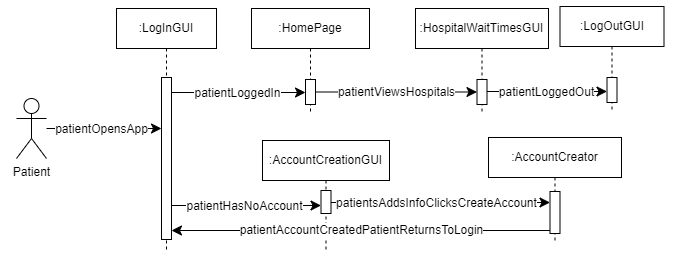
SENG-350-2024-fall/Team9 keeps this draw.io diagram as AmirWork/M2/P1_SequenceDiagram.drawio.png. Above is the earlier version. Source tidied: cells renumbered, new cells last; positions are measured from the earlier drawing's top-left corner, leaving out a move shared by most shapes. Source of this version:
```xml
<mxGraphModel background="#ffffff">
  <root>
    <mxCell id="0" />
    <mxCell id="1" parent="0" />
    <mxCell id="2" style="rounded=0;whiteSpace=wrap;html=1;strokeColor=none;" parent="1" vertex="1">
      <mxGeometry x="558" width="120" height="258" as="geometry" />
    </mxCell>
    <mxCell id="3" style="rounded=0;whiteSpace=wrap;html=1;strokeColor=none;" parent="1" vertex="1">
      <mxGeometry y="8" width="120" height="174" as="geometry" />
    </mxCell>
    <mxCell id="4" value=":LogInGUI" style="shape=umlLifeline;perimeter=lifelinePerimeter;whiteSpace=wrap;html=1;newEdgeStyle={&quot;edgeStyle&quot;:&quot;elbowEdgeStyle&quot;,&quot;elbow&quot;:&quot;vertical&quot;,&quot;curved&quot;:0,&quot;rounded&quot;:0};" parent="1" vertex="1">
      <mxGeometry x="116" y="8" width="100" height="243" as="geometry" />
    </mxCell>
    <mxCell id="5" style="html=1;points=[];perimeter=orthogonalPerimeter;outlineConnect=0;targetShapes=umlLifeline;portConstraint=eastwest;newEdgeStyle={&quot;edgeStyle&quot;:&quot;elbowEdgeStyle&quot;,&quot;elbow&quot;:&quot;vertical&quot;,&quot;curved&quot;:0,&quot;rounded&quot;:0};" parent="4" vertex="1">
      <mxGeometry x="45" y="69" width="10" height="162" as="geometry" />
    </mxCell>
    <mxCell id="6" value=":AccountCreationGUI" style="shape=umlLifeline;perimeter=lifelinePerimeter;whiteSpace=wrap;html=1;newEdgeStyle={&quot;edgeStyle&quot;:&quot;elbowEdgeStyle&quot;,&quot;elbow&quot;:&quot;vertical&quot;,&quot;curved&quot;:0,&quot;rounded&quot;:0};" parent="1" vertex="1">
      <mxGeometry x="262" y="140" width="127" height="111" as="geometry" />
    </mxCell>
    <mxCell id="7" style="html=1;points=[];perimeter=orthogonalPerimeter;outlineConnect=0;targetShapes=umlLifeline;portConstraint=eastwest;newEdgeStyle={&quot;edgeStyle&quot;:&quot;elbowEdgeStyle&quot;,&quot;elbow&quot;:&quot;vertical&quot;,&quot;curved&quot;:0,&quot;rounded&quot;:0};" parent="6" vertex="1">
      <mxGeometry x="58.5" y="50" width="10" height="23" as="geometry" />
    </mxCell>
    <mxCell id="8" style="edgeStyle=none;curved=1;rounded=0;jettySize=auto;html=1;fontSize=12;startSize=8;endSize=8;" parent="1" edge="1" source="10" target="5">
      <mxGeometry relative="1" as="geometry" />
    </mxCell>
    <mxCell id="9" value="patientOpensApp" style="edgeLabel;html=1;align=center;verticalAlign=middle;fontSize=12;" parent="8" vertex="1">
      <mxGeometry x="0.08" y="2" relative="1" as="geometry">
        <mxPoint x="-8" y="2" as="offset" />
      </mxGeometry>
    </mxCell>
    <mxCell id="10" value="Patient" style="shape=umlActor;verticalLabelPosition=bottom;verticalAlign=top;html=1;outlineConnect=0;" parent="1" vertex="1">
      <mxGeometry x="16" y="98" width="30" height="60" as="geometry" />
    </mxCell>
    <mxCell id="11" style="edgeStyle=elbowEdgeStyle;curved=0;rounded=0;jettySize=auto;html=1;elbow=vertical;fontSize=12;startSize=8;endSize=8;" parent="1" edge="1" source="5" target="7">
      <mxGeometry relative="1" as="geometry">
        <Array as="points">
          <mxPoint x="246" y="205" />
        </Array>
      </mxGeometry>
    </mxCell>
    <mxCell id="12" value="patientHasNoAccount" style="edgeLabel;html=1;align=center;verticalAlign=middle;fontSize=12;" parent="11" vertex="1">
      <mxGeometry x="0.12" y="1" relative="1" as="geometry">
        <mxPoint x="-12" y="1" as="offset" />
      </mxGeometry>
    </mxCell>
    <mxCell id="13" value=":AccountCreator" style="shape=umlLifeline;perimeter=lifelinePerimeter;whiteSpace=wrap;html=1;newEdgeStyle={&quot;edgeStyle&quot;:&quot;elbowEdgeStyle&quot;,&quot;elbow&quot;:&quot;vertical&quot;,&quot;curved&quot;:0,&quot;rounded&quot;:0};" parent="1" vertex="1">
      <mxGeometry x="488" y="137" width="133" height="106" as="geometry" />
    </mxCell>
    <mxCell id="14" style="html=1;points=[];perimeter=orthogonalPerimeter;outlineConnect=0;targetShapes=umlLifeline;portConstraint=eastwest;newEdgeStyle={&quot;edgeStyle&quot;:&quot;elbowEdgeStyle&quot;,&quot;elbow&quot;:&quot;vertical&quot;,&quot;curved&quot;:0,&quot;rounded&quot;:0};" parent="13" vertex="1">
      <mxGeometry x="61.5" y="54" width="10" height="42" as="geometry" />
    </mxCell>
    <mxCell id="15" style="edgeStyle=elbowEdgeStyle;curved=0;rounded=0;jettySize=auto;html=1;elbow=vertical;fontSize=12;startSize=8;endSize=8;" parent="1" edge="1" source="7" target="14">
      <mxGeometry relative="1" as="geometry" />
    </mxCell>
    <mxCell id="16" value="patientsAddsInfoClicksCreateAccount" style="edgeLabel;html=1;align=center;verticalAlign=middle;fontSize=12;" parent="15" vertex="1">
      <mxGeometry x="0.2" relative="1" as="geometry">
        <mxPoint x="-27" as="offset" />
      </mxGeometry>
    </mxCell>
    <mxCell id="17" value="patientAccountCreatedPatientReturnsToLogin" style="edgeStyle=elbowEdgeStyle;curved=0;rounded=0;jettySize=auto;html=1;elbow=vertical;fontSize=12;startSize=8;endSize=8;" parent="1" edge="1" source="14" target="5">
      <mxGeometry relative="1" as="geometry">
        <Array as="points">
          <mxPoint x="320" y="230" />
        </Array>
      </mxGeometry>
    </mxCell>
    <mxCell id="18" value=":HomePage" style="shape=umlLifeline;perimeter=lifelinePerimeter;whiteSpace=wrap;html=1;newEdgeStyle={&quot;edgeStyle&quot;:&quot;elbowEdgeStyle&quot;,&quot;elbow&quot;:&quot;vertical&quot;,&quot;curved&quot;:0,&quot;rounded&quot;:0};" parent="1" vertex="1">
      <mxGeometry x="251" y="8" width="118" height="106" as="geometry" />
    </mxCell>
    <mxCell id="19" style="html=1;points=[];perimeter=orthogonalPerimeter;outlineConnect=0;targetShapes=umlLifeline;portConstraint=eastwest;newEdgeStyle={&quot;edgeStyle&quot;:&quot;elbowEdgeStyle&quot;,&quot;elbow&quot;:&quot;vertical&quot;,&quot;curved&quot;:0,&quot;rounded&quot;:0};" parent="18" vertex="1">
      <mxGeometry x="54" y="71" width="10" height="25" as="geometry" />
    </mxCell>
    <mxCell id="20" style="edgeStyle=elbowEdgeStyle;curved=0;rounded=0;jettySize=auto;html=1;elbow=vertical;fontSize=12;startSize=8;endSize=8;" parent="1" edge="1" source="5" target="19">
      <mxGeometry relative="1" as="geometry" />
    </mxCell>
    <mxCell id="21" value="patientLoggedIn" style="edgeLabel;html=1;align=center;verticalAlign=middle;fontSize=12;" parent="20" vertex="1">
      <mxGeometry x="-0.2" relative="1" as="geometry">
        <mxPoint x="12" as="offset" />
      </mxGeometry>
    </mxCell>
    <mxCell id="22" value=":HospitalWaitTimesGUI" style="shape=umlLifeline;perimeter=lifelinePerimeter;whiteSpace=wrap;html=1;newEdgeStyle={&quot;edgeStyle&quot;:&quot;elbowEdgeStyle&quot;,&quot;elbow&quot;:&quot;vertical&quot;,&quot;curved&quot;:0,&quot;rounded&quot;:0};" parent="1" vertex="1">
      <mxGeometry x="415" y="8" width="133" height="106" as="geometry" />
    </mxCell>
    <mxCell id="23" style="html=1;points=[];perimeter=orthogonalPerimeter;outlineConnect=0;targetShapes=umlLifeline;portConstraint=eastwest;newEdgeStyle={&quot;edgeStyle&quot;:&quot;elbowEdgeStyle&quot;,&quot;elbow&quot;:&quot;vertical&quot;,&quot;curved&quot;:0,&quot;rounded&quot;:0};" parent="22" vertex="1">
      <mxGeometry x="61.5" y="71" width="10" height="25" as="geometry" />
    </mxCell>
    <mxCell id="24" value="patientViewsHospitals" style="edgeStyle=elbowEdgeStyle;curved=0;rounded=0;jettySize=auto;html=1;elbow=horizontal;fontSize=12;startSize=8;endSize=8;" parent="1" edge="1" source="19" target="23">
      <mxGeometry relative="1" as="geometry" />
    </mxCell>
    <mxCell id="25" value=":LogOutGUI" style="shape=umlLifeline;perimeter=lifelinePerimeter;whiteSpace=wrap;html=1;newEdgeStyle={&quot;edgeStyle&quot;:&quot;elbowEdgeStyle&quot;,&quot;elbow&quot;:&quot;vertical&quot;,&quot;curved&quot;:0,&quot;rounded&quot;:0};" parent="1" vertex="1">
      <mxGeometry x="559.5" y="6" width="104" height="106" as="geometry" />
    </mxCell>
    <mxCell id="26" style="html=1;points=[];perimeter=orthogonalPerimeter;outlineConnect=0;targetShapes=umlLifeline;portConstraint=eastwest;newEdgeStyle={&quot;edgeStyle&quot;:&quot;elbowEdgeStyle&quot;,&quot;elbow&quot;:&quot;vertical&quot;,&quot;curved&quot;:0,&quot;rounded&quot;:0};" parent="25" vertex="1">
      <mxGeometry x="47" y="71" width="10" height="25" as="geometry" />
    </mxCell>
    <mxCell id="27" style="edgeStyle=elbowEdgeStyle;curved=0;rounded=0;jettySize=auto;html=1;elbow=vertical;fontSize=12;startSize=8;endSize=8;" parent="1" edge="1" source="23" target="26">
      <mxGeometry relative="1" as="geometry" />
    </mxCell>
    <mxCell id="28" value="patientLoggedOut" style="edgeLabel;html=1;align=center;verticalAlign=middle;fontSize=12;" parent="27" vertex="1">
      <mxGeometry x="0.18" relative="1" as="geometry">
        <mxPoint x="-12" as="offset" />
      </mxGeometry>
    </mxCell>
  </root>
</mxGraphModel>
```
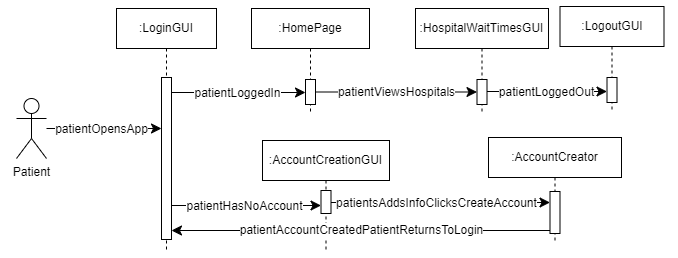
Later version of the same file.

Change to the diagram source:
```diff
@@ -8,7 +8,7 @@
     <mxCell id="3" style="rounded=0;whiteSpace=wrap;html=1;strokeColor=none;" parent="1" vertex="1">
       <mxGeometry y="8" width="120" height="174" as="geometry" />
     </mxCell>
-    <mxCell id="4" value=":LogInGUI" style="shape=umlLifeline;perimeter=lifelinePerimeter;whiteSpace=wrap;html=1;newEdgeStyle={&quot;edgeStyle&quot;:&quot;elbowEdgeStyle&quot;,&quot;elbow&quot;:&quot;vertical&quot;,&quot;curved&quot;:0,&quot;rounded&quot;:0};" parent="1" vertex="1">
+    <mxCell id="4" value=":LoginGUI" style="shape=umlLifeline;perimeter=lifelinePerimeter;whiteSpace=wrap;html=1;newEdgeStyle={&quot;edgeStyle&quot;:&quot;elbowEdgeStyle&quot;,&quot;elbow&quot;:&quot;vertical&quot;,&quot;curved&quot;:0,&quot;rounded&quot;:0};" parent="1" vertex="1">
       <mxGeometry x="116" y="8" width="100" height="243" as="geometry" />
     </mxCell>
     <mxCell id="5" style="html=1;points=[];perimeter=orthogonalPerimeter;outlineConnect=0;targetShapes=umlLifeline;portConstraint=eastwest;newEdgeStyle={&quot;edgeStyle&quot;:&quot;elbowEdgeStyle&quot;,&quot;elbow&quot;:&quot;vertical&quot;,&quot;curved&quot;:0,&quot;rounded&quot;:0};" parent="4" vertex="1">
@@ -87,7 +87,7 @@
     <mxCell id="24" value="patientViewsHospitals" style="edgeStyle=elbowEdgeStyle;curved=0;rounded=0;jettySize=auto;html=1;elbow=horizontal;fontSize=12;startSize=8;endSize=8;" parent="1" edge="1" source="19" target="23">
       <mxGeometry relative="1" as="geometry" />
     </mxCell>
-    <mxCell id="25" value=":LogOutGUI" style="shape=umlLifeline;perimeter=lifelinePerimeter;whiteSpace=wrap;html=1;newEdgeStyle={&quot;edgeStyle&quot;:&quot;elbowEdgeStyle&quot;,&quot;elbow&quot;:&quot;vertical&quot;,&quot;curved&quot;:0,&quot;rounded&quot;:0};" parent="1" vertex="1">
+    <mxCell id="25" value=":LogoutGUI" style="shape=umlLifeline;perimeter=lifelinePerimeter;whiteSpace=wrap;html=1;newEdgeStyle={&quot;edgeStyle&quot;:&quot;elbowEdgeStyle&quot;,&quot;elbow&quot;:&quot;vertical&quot;,&quot;curved&quot;:0,&quot;rounded&quot;:0};" parent="1" vertex="1">
       <mxGeometry x="559.5" y="6" width="104" height="106" as="geometry" />
     </mxCell>
     <mxCell id="26" style="html=1;points=[];perimeter=orthogonalPerimeter;outlineConnect=0;targetShapes=umlLifeline;portConstraint=eastwest;newEdgeStyle={&quot;edgeStyle&quot;:&quot;elbowEdgeStyle&quot;,&quot;elbow&quot;:&quot;vertical&quot;,&quot;curved&quot;:0,&quot;rounded&quot;:0};" parent="25" vertex="1">
```
